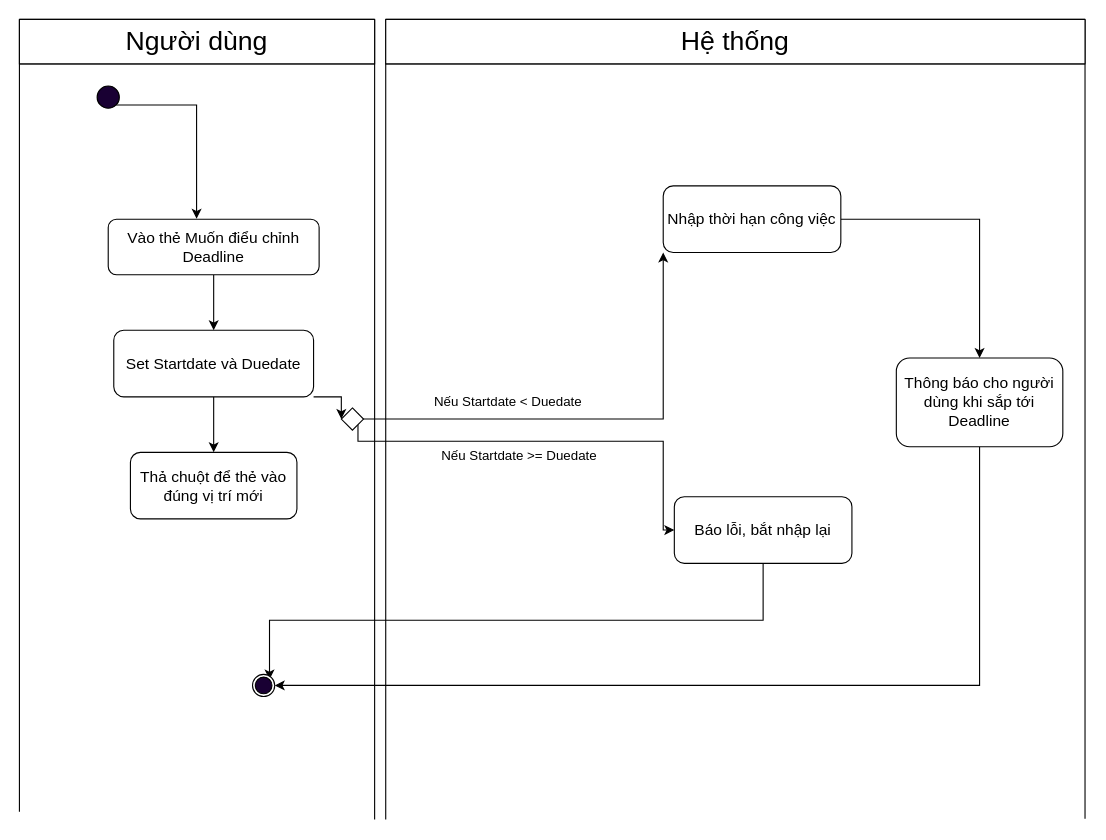
Before: kkkkkkk.drawio in tqminhchan/bmi_calculator, a draw.io diagram. Source tidied: cells renumbered, new cells numbered last; positions are measured from the earlier drawing's top-left corner, leaving out a move shared by most shapes. Both pictures are drawn from the tidied source at 111%, with x=0, y=0 at pixel (19, 19).
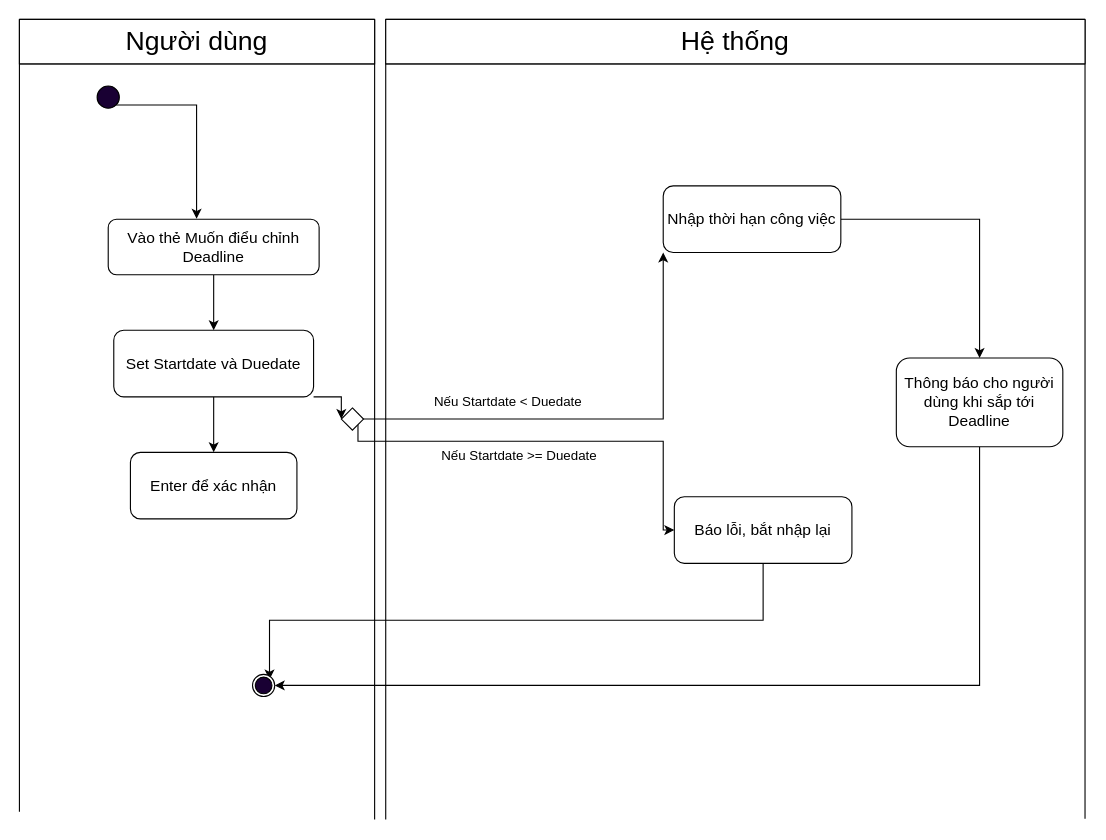
The same page after the edit.

Commit message (it also covers changes not shown here):
Cập nhật kkkkkkk.drawio

Change to the diagram source:
```diff
@@
-    <mxCell id="21" value="&lt;font style=&quot;font-size: 14px;&quot;&gt;Thả chuột để thẻ vào đúng vị trí mới&lt;/font&gt;" style="rounded=1;whiteSpace=wrap;html=1;" parent="1" vertex="1">
+    <mxCell id="21" value="&lt;font style=&quot;font-size: 14px;&quot;&gt;Enter để xác nhận&lt;/font&gt;" style="rounded=1;whiteSpace=wrap;html=1;" parent="1" vertex="1">
       <mxGeometry x="100" y="390" width="150" height="60" as="geometry" />
     </mxCell>
```
